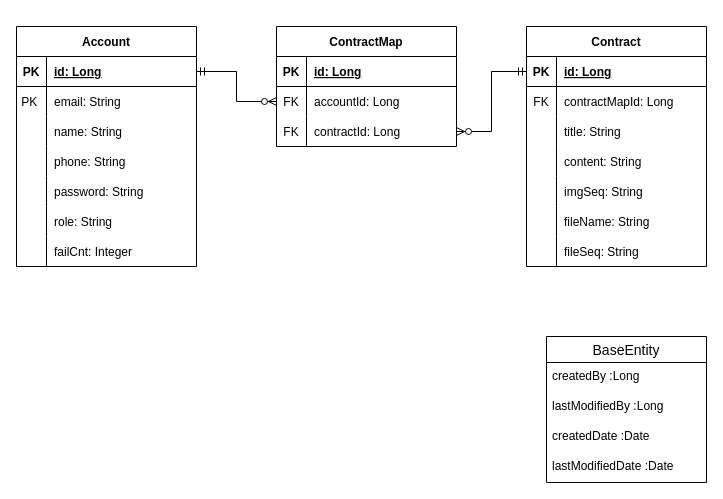
This is withAPI.drawio from yline0808/withAPI, a draw.io file, before an edit. Source tidied: cells renumbered, new cells numbered last; positions are measured from the earlier drawing's top-left corner, leaving out a move shared by most shapes. Both pictures are drawn from the tidied source at 100%, with x=0, y=0 at pixel (16, 26).
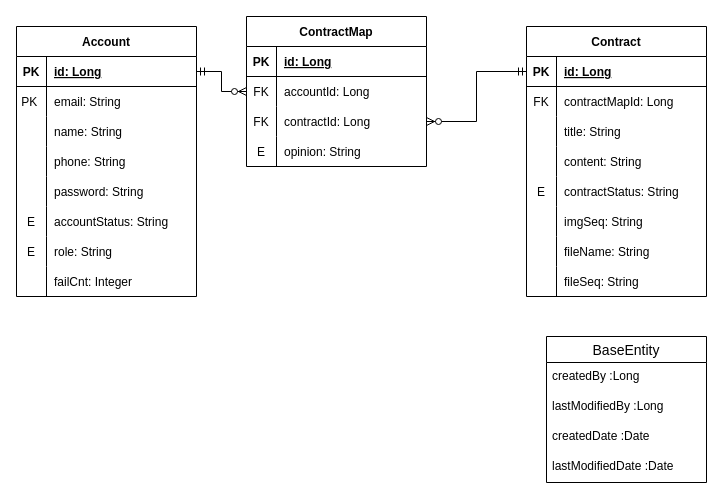
The same page after the edit.

The change refers to these unchanged cells:
```xml
<mxCell id="25" style="shape=tableRow;horizontal=0;startSize=0;swimlaneHead=0;swimlaneBody=0;fillColor=none;points=[[0,0.5],[1,0.5]];portConstraint=eastwest;top=0;left=0;right=0;bottom=1;" parent="24" vertex="1">
  <mxGeometry y="30" width="180" height="30" as="geometry" />
</mxCell>
<mxCell id="53" style="shape=tableRow;horizontal=0;startSize=0;swimlaneHead=0;swimlaneBody=0;fillColor=none;points=[[0,0.5],[1,0.5]];portConstraint=eastwest;top=0;left=0;right=0;bottom=0;" parent="46" vertex="1">
  <mxGeometry y="90" width="180" height="30" as="geometry" />
</mxCell>
```

Change to the diagram source:
```diff
@@
     <mxCell id="2" value="Account" style="shape=table;startSize=30;childLayout=tableLayout;rowLines=0;fontStyle=1;align=center;" parent="1" vertex="1">
-      <mxGeometry width="180" height="240" as="geometry" />
+      <mxGeometry width="180" height="270" as="geometry" />
     </mxCell>
@@
+    <mxCell id="63" style="shape=tableRow;horizontal=0;startSize=0;swimlaneHead=0;swimlaneBody=0;fillColor=none;top=0;left=0;right=0;bottom=0;" parent="2" vertex="1">
+      <mxGeometry y="180" width="180" height="30" as="geometry" />
+    </mxCell>
+    <mxCell id="64" value="E" style="shape=partialRectangle;fillColor=none;top=0;left=0;bottom=0;right=0;overflow=hidden;" parent="63" vertex="1">
+      <mxGeometry width="30" height="30" as="geometry" />
+    </mxCell>
+    <mxCell id="65" value="accountStatus: String" style="shape=partialRectangle;fillColor=none;top=0;left=0;bottom=0;right=0;align=left;spacingLeft=6;overflow=hidden;" parent="63" vertex="1">
+      <mxGeometry x="30" width="150" height="30" as="geometry" />
+    </mxCell>
     <mxCell id="18" style="shape=tableRow;horizontal=0;startSize=0;swimlaneHead=0;swimlaneBody=0;fillColor=none;top=0;left=0;right=0;bottom=0;" parent="2" vertex="1">
-      <mxGeometry y="180" width="180" height="30" as="geometry" />
+      <mxGeometry y="210" width="180" height="30" as="geometry" />
     </mxCell>
-    <mxCell id="19" style="shape=partialRectangle;fillColor=none;top=0;left=0;bottom=0;right=0;overflow=hidden;" parent="18" vertex="1">
+    <mxCell id="19" value="E" style="shape=partialRectangle;fillColor=none;top=0;left=0;bottom=0;right=0;overflow=hidden;" parent="18" vertex="1">
       <mxGeometry width="30" height="30" as="geometry" />
     </mxCell>
@@
     <mxCell id="21" style="shape=tableRow;horizontal=0;startSize=0;swimlaneHead=0;swimlaneBody=0;fillColor=none;top=0;left=0;right=0;bottom=0;" parent="2" vertex="1">
-      <mxGeometry y="210" width="180" height="30" as="geometry" />
+      <mxGeometry y="240" width="180" height="30" as="geometry" />
     </mxCell>
@@
     <mxCell id="24" value="Contract" style="shape=table;startSize=30;childLayout=tableLayout;rowLines=0;fontStyle=1;align=center;" parent="1" vertex="1">
-      <mxGeometry x="510" width="180" height="240" as="geometry" />
+      <mxGeometry x="510" width="180" height="270" as="geometry" />
     </mxCell>
@@
+    <mxCell id="66" style="shape=tableRow;horizontal=0;startSize=0;swimlaneHead=0;swimlaneBody=0;fillColor=none;top=0;left=0;right=0;bottom=0;" parent="24" vertex="1">
+      <mxGeometry y="150" width="180" height="30" as="geometry" />
+    </mxCell>
+    <mxCell id="67" value="E" style="shape=partialRectangle;fillColor=none;top=0;left=0;bottom=0;right=0;overflow=hidden;" parent="66" vertex="1">
+      <mxGeometry width="30" height="30" as="geometry" />
+    </mxCell>
+    <mxCell id="68" value="contractStatus: String" style="shape=partialRectangle;fillColor=none;top=0;left=0;bottom=0;right=0;align=left;spacingLeft=6;overflow=hidden;" parent="66" vertex="1">
+      <mxGeometry x="30" width="150" height="30" as="geometry" />
+    </mxCell>
     <mxCell id="37" style="shape=tableRow;horizontal=0;startSize=0;swimlaneHead=0;swimlaneBody=0;fillColor=none;top=0;left=0;right=0;bottom=0;" parent="24" vertex="1">
-      <mxGeometry y="150" width="180" height="30" as="geometry" />
+      <mxGeometry y="180" width="180" height="30" as="geometry" />
     </mxCell>
@@
     <mxCell id="40" style="shape=tableRow;horizontal=0;startSize=0;swimlaneHead=0;swimlaneBody=0;fillColor=none;top=0;left=0;right=0;bottom=0;" parent="24" vertex="1">
-      <mxGeometry y="180" width="180" height="30" as="geometry" />
+      <mxGeometry y="210" width="180" height="30" as="geometry" />
     </mxCell>
@@
     <mxCell id="43" style="shape=tableRow;horizontal=0;startSize=0;swimlaneHead=0;swimlaneBody=0;fillColor=none;top=0;left=0;right=0;bottom=0;" parent="24" vertex="1">
-      <mxGeometry y="210" width="180" height="30" as="geometry" />
+      <mxGeometry y="240" width="180" height="30" as="geometry" />
     </mxCell>
@@
     <mxCell id="46" value="ContractMap" style="shape=table;startSize=30;childLayout=tableLayout;rowLines=0;fontStyle=1;align=center;" parent="1" vertex="1">
-      <mxGeometry x="260" width="180" height="120" as="geometry" />
+      <mxGeometry x="230" y="-10" width="180" height="150" as="geometry" />
     </mxCell>
@@
+    <mxCell id="69" style="shape=tableRow;horizontal=0;startSize=0;swimlaneHead=0;swimlaneBody=0;fillColor=none;top=0;left=0;right=0;bottom=0;" parent="46" vertex="1">
+      <mxGeometry y="120" width="180" height="30" as="geometry" />
+    </mxCell>
+    <mxCell id="70" value="E" style="shape=partialRectangle;fillColor=none;top=0;left=0;bottom=0;right=0;overflow=hidden;" parent="69" vertex="1">
+      <mxGeometry width="30" height="30" as="geometry" />
+    </mxCell>
+    <mxCell id="71" value="opinion: String" style="shape=partialRectangle;fillColor=none;top=0;left=0;bottom=0;right=0;align=left;spacingLeft=6;overflow=hidden;" parent="69" vertex="1">
+      <mxGeometry x="30" width="150" height="30" as="geometry" />
+    </mxCell>
@@
     <mxCell id="57" style="edgeStyle=elbowEdgeStyle;fontSize=12;html=1;endArrow=ERzeroToMany;startArrow=ERmandOne;rounded=0;exitX=0;exitY=0.5;exitDx=0;exitDy=0;entryX=1;entryY=0.5;entryDx=0;entryDy=0;" parent="1" edge="1" source="25" target="53">
-      <mxGeometry relative="1" as="geometry" />
+      <mxGeometry relative="1" as="geometry">
+        <Array as="points">
+          <mxPoint x="460" y="60" />
+        </Array>
+      </mxGeometry>
     </mxCell>
```
